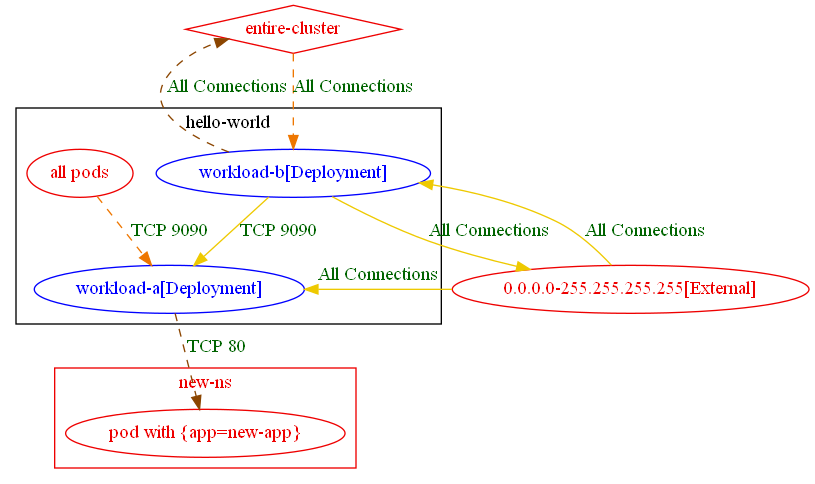
np-guard/netpol-analyzer keeps this Graphviz diagram as test_outputs/connlist/exposure_test_with_anp_13_exposure_output.dot.png. Above is the earlier version. Its source is kept beside it as test_outputs/connlist/exposure_test_with_anp_13_exposure_output.dot.
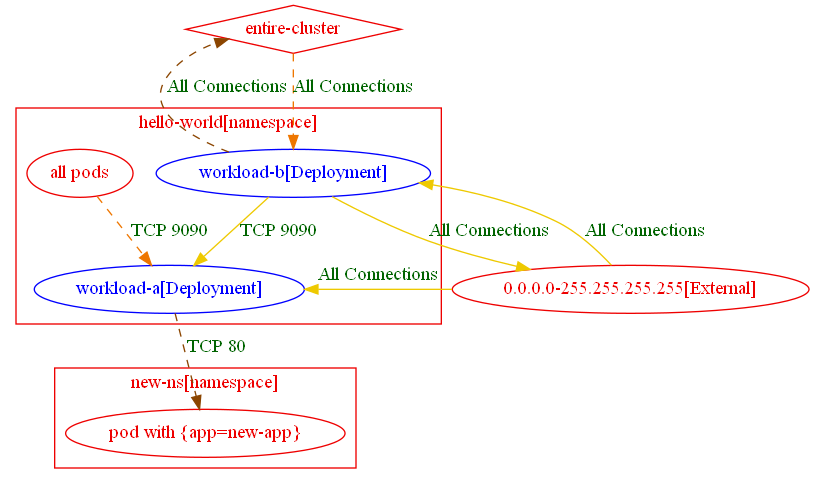
After the commit.

Diff of the diagram source:
```diff
@@ -1,17 +1,22 @@
 digraph {
-	subgraph "cluster_hello_world" {
+	subgraph "cluster_hello_world[namespace]" {
 		color="black"
 		fontcolor="black"
-		"all pods_in_hello-world" [label="all pods" color="red2" fontcolor="red2"]
 		"hello-world/workload-a[Deployment]" [label="workload-a[Deployment]" color="blue" fontcolor="blue"]
 		"hello-world/workload-b[Deployment]" [label="workload-b[Deployment]" color="blue" fontcolor="blue"]
-		label="hello-world"
+		label="hello-world[namespace]"
 	}
-	subgraph "cluster_new_ns" {
+	subgraph "cluster_hello_world[namespace]" {
+		color="red2"
+		fontcolor="red2"
+		"all pods_in_hello-world" [label="all pods" color="red2" fontcolor="red2"]
+		label="hello-world[namespace]"
+	}
+	subgraph "cluster_new_ns[namespace]" {
 		color="red2"
 		fontcolor="red2"
 		"pod with {app=new-app}_in_new-ns" [label="pod with {app=new-app}" color="red2" fontcolor="red2"]
-		label="new-ns"
+		label="new-ns[namespace]"
 	}
 	"0.0.0.0-255.255.255.255[External]" [label="0.0.0.0-255.255.255.255[External]" color="red2" fontcolor="red2"]
 	"entire-cluster" [label="entire-cluster" color="red2" fontcolor="red2" shape=diamond]
```
